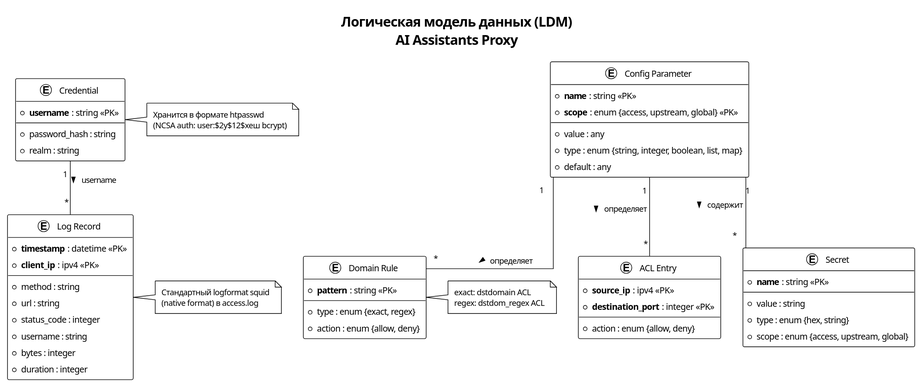
Before: docs/AA/DD/diagrams/DD-LDM.svg, a diagram exported from PlantUML (demofly/ai-proxy).
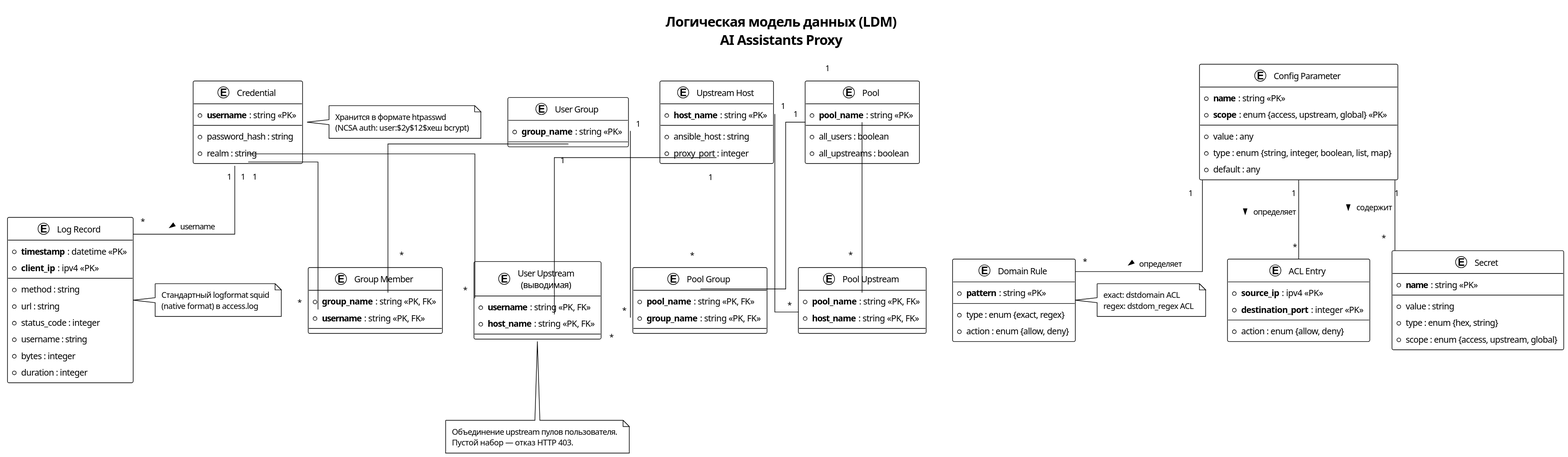
The same file after the commit.

Diff of the diagram source:
```diff
@@ -56,6 +56,44 @@
   * scope : enum {access, upstream, global}
 }
 
+entity "User Group" as ugroup {
+  * **group_name** : string <<PK>>
+}
+
+entity "Group Member" as gmember {
+  * **group_name** : string <<PK, FK>>
+  * **username** : string <<PK, FK>>
+}
+
+entity "Upstream Host" as uphost {
+  * **host_name** : string <<PK>>
+  --
+  * ansible_host : string
+  * proxy_port : integer
+}
+
+entity "Pool" as pool {
+  * **pool_name** : string <<PK>>
+  --
+  * all_users : boolean
+  * all_upstreams : boolean
+}
+
+entity "Pool Group" as pgroup {
+  * **pool_name** : string <<PK, FK>>
+  * **group_name** : string <<PK, FK>>
+}
+
+entity "Pool Upstream" as pupstream {
+  * **pool_name** : string <<PK, FK>>
+  * **host_name** : string <<PK, FK>>
+}
+
+entity "User Upstream\n(выводимая)" as uupstream {
+  * **username** : string <<PK, FK>>
+  * **host_name** : string <<PK, FK>>
+}
+
 note right of cred
   Хранится в формате htpasswd
   (NCSA auth: user:$2y$12$хеш bcrypt)
@@ -75,4 +113,17 @@
 config "1" -- "*" domain : определяет >
 config "1" -- "*" acl : определяет >
 config "1" -- "*" secret : содержит >
+ugroup::group_name "1" -- "*" gmember::group_name
+cred::username "1" -- "*" gmember::username
+pool::pool_name "1" -- "*" pgroup::pool_name
+ugroup::group_name "1" -- "*" pgroup::group_name
+pool::pool_name "1" -- "*" pupstream::pool_name
+uphost::host_name "1" -- "*" pupstream::host_name
+cred::username "1" -- "*" uupstream::username
+uphost::host_name "1" -- "*" uupstream::host_name
+
+note bottom of uupstream
+  Объединение upstream пулов пользователя.
+  Пустой набор — отказ HTTP 403.
+end note
 @enduml
```
